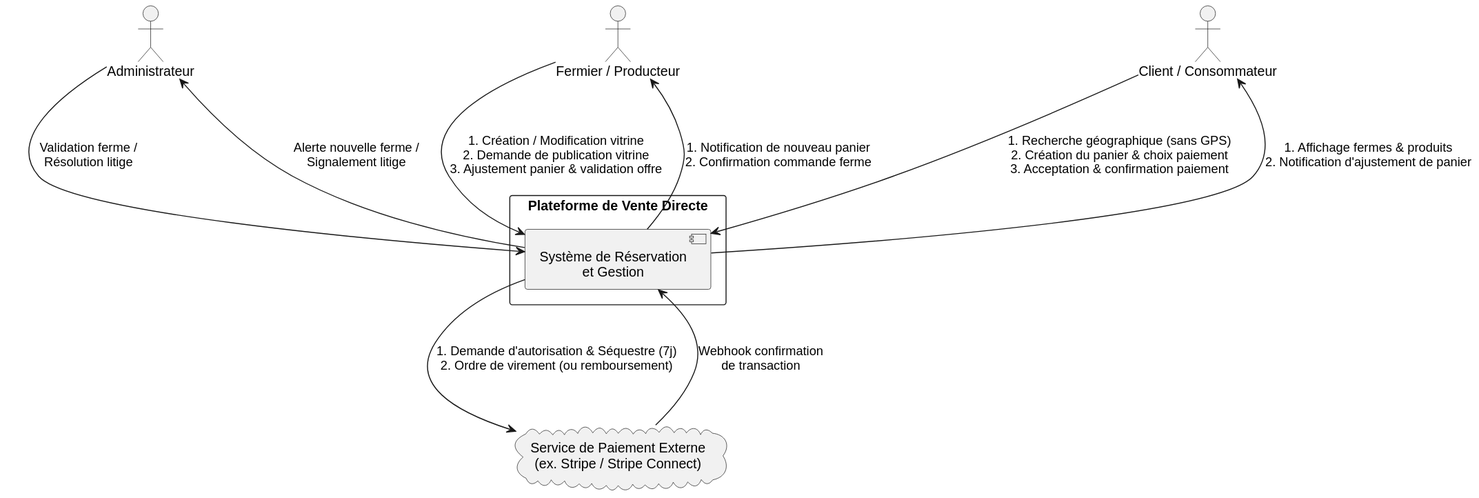
Uhrbaan/reis-panier-fermier keeps this PlantUML diagram as assets/diagrams/info-flow.svg. Above is the earlier version. The source it was exported from:
```plantuml
@startuml
skinparam shadowing false
skinparam nodesep 90
skinparam ranksep 110
skinparam defaultTextAlignment center

actor "Client / Consommateur" as Client
actor "Fermier / Producteur" as Producteur
actor "Administrateur" as Admin

rectangle "Plateforme de Vente Directe" {
    component "Système de Réservation\net Gestion" as Sys
}

cloud "Service de Paiement Externe\n(ex. Stripe / Stripe Connect)" as Paiement

Client -down-> Sys : 1. Recherche géographique (sans GPS)\n2. Création du panier & choix paiement\n3. Acceptation & confirmation paiement
Sys -up-> Client : 1. Affichage fermes & produits\n2. Notification d'ajustement de panier

Producteur -down-> Sys : 1. Création / Modification vitrine\n2. Demande de publication vitrine\n3. Ajustement panier & validation offre
Sys -up-> Producteur : 1. Notification de nouveau panier\n2. Confirmation commande ferme

Admin -down-> Sys : Validation ferme /\nRésolution litige
Sys -up-> Admin : Alerte nouvelle ferme /\nSignalement litige

Sys -down-> Paiement : 1. Demande d'autorisation & Séquestre (7j)\n2. Ordre de virement (ou remboursement)
Paiement -up-> Sys : Webhook confirmation\nde transaction
@enduml
```
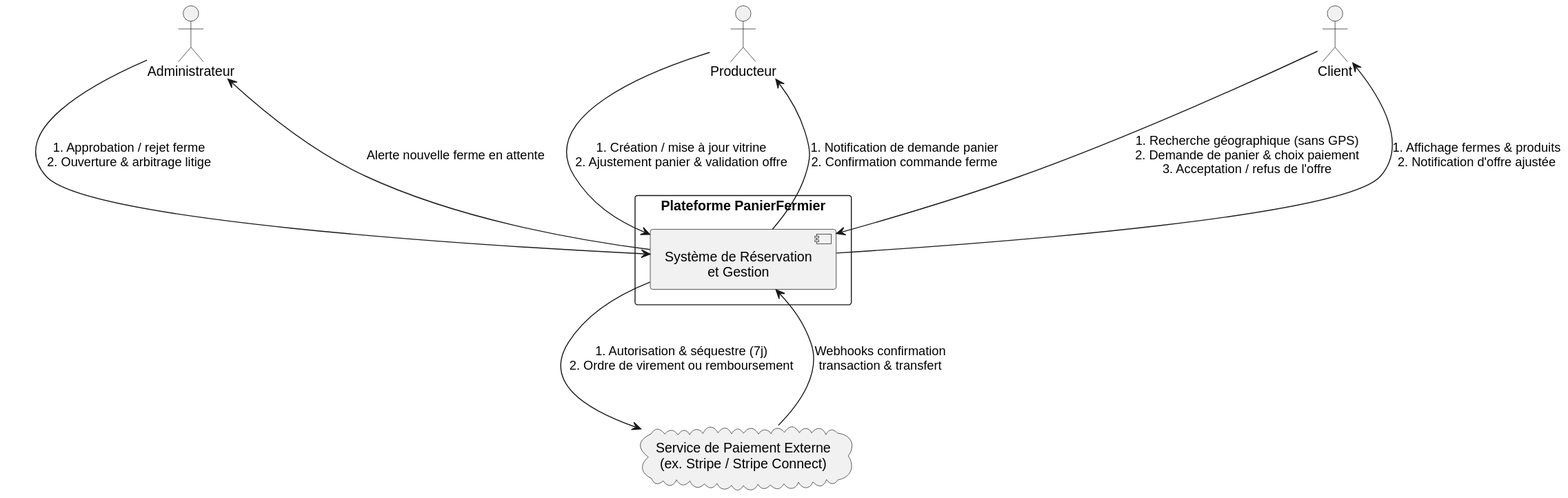
Above is the later version.

Change to the diagram source:
```diff
@@ -4,25 +4,25 @@
 skinparam ranksep 110
 skinparam defaultTextAlignment center
 
-actor "Client / Consommateur" as Client
-actor "Fermier / Producteur" as Producteur
+actor "Client" as Client
+actor "Producteur" as Producteur
 actor "Administrateur" as Admin
 
-rectangle "Plateforme de Vente Directe" {
+rectangle "Plateforme PanierFermier" {
     component "Système de Réservation\net Gestion" as Sys
 }
 
 cloud "Service de Paiement Externe\n(ex. Stripe / Stripe Connect)" as Paiement
 
-Client -down-> Sys : 1. Recherche géographique (sans GPS)\n2. Création du panier & choix paiement\n3. Acceptation & confirmation paiement
-Sys -up-> Client : 1. Affichage fermes & produits\n2. Notification d'ajustement de panier
+Client -down-> Sys : 1. Recherche géographique (sans GPS)\n2. Demande de panier & choix paiement\n3. Acceptation / refus de l'offre
+Sys -up-> Client : 1. Affichage fermes & produits\n2. Notification d'offre ajustée
 
-Producteur -down-> Sys : 1. Création / Modification vitrine\n2. Demande de publication vitrine\n3. Ajustement panier & validation offre
-Sys -up-> Producteur : 1. Notification de nouveau panier\n2. Confirmation commande ferme
+Producteur -down-> Sys : 1. Création / mise à jour vitrine\n2. Ajustement panier & validation offre
+Sys -up-> Producteur : 1. Notification de demande panier\n2. Confirmation commande ferme
 
-Admin -down-> Sys : Validation ferme /\nRésolution litige
-Sys -up-> Admin : Alerte nouvelle ferme /\nSignalement litige
+Admin -down-> Sys : 1. Approbation / rejet ferme\n2. Ouverture & arbitrage litige
+Sys -up-> Admin : Alerte nouvelle ferme en attente
 
-Sys -down-> Paiement : 1. Demande d'autorisation & Séquestre (7j)\n2. Ordre de virement (ou remboursement)
-Paiement -up-> Sys : Webhook confirmation\nde transaction
+Sys -down-> Paiement : 1. Autorisation & séquestre (7j)\n2. Ordre de virement ou remboursement
+Paiement -up-> Sys : Webhooks confirmation\ntransaction & transfert
 @enduml
```
